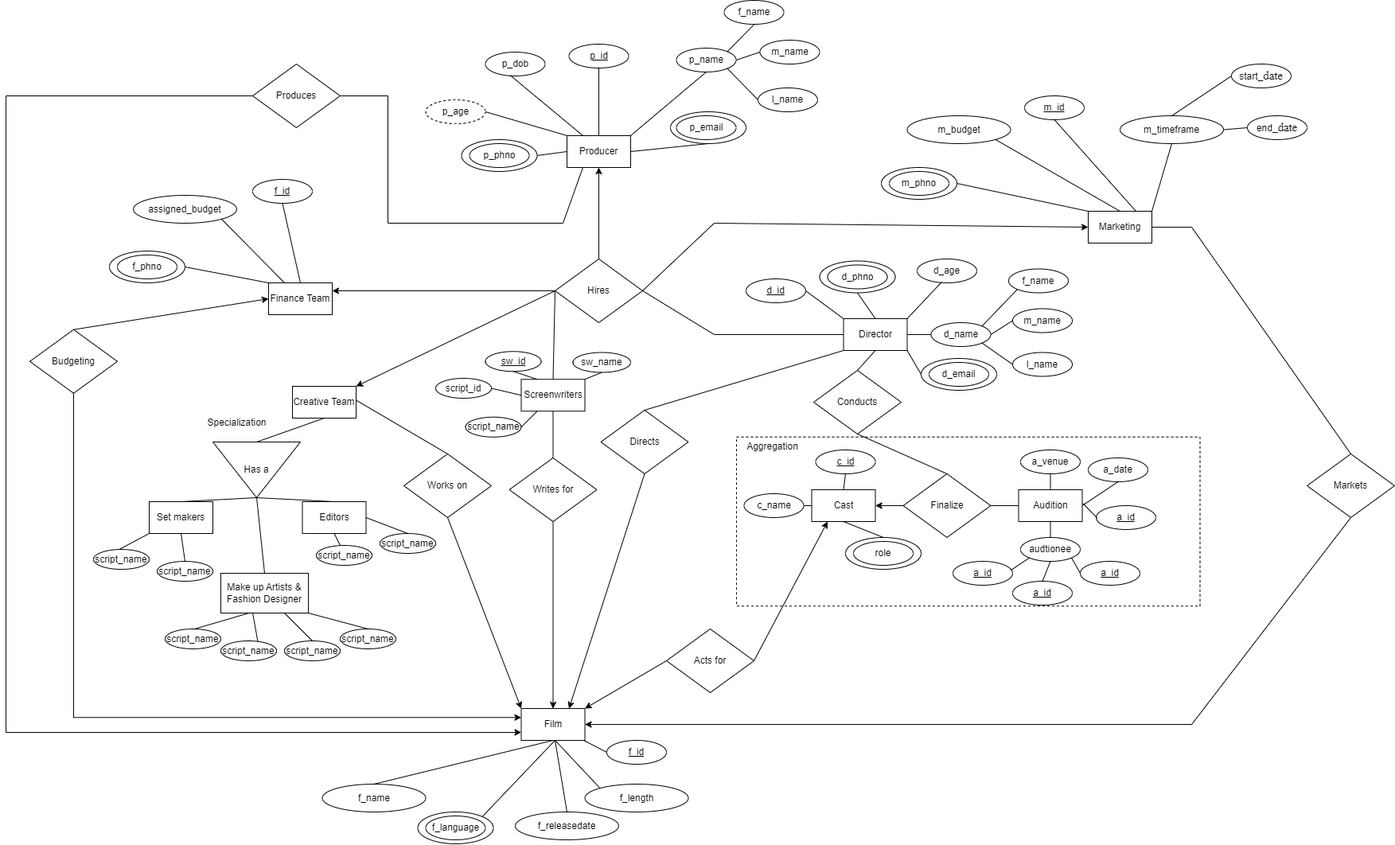
Earlier version of the draw.io export DBMS PRAC/LAB 1/FilmProdERD.png (angreatharva/SPIT-FYMCA). Source tidied: cells renumbered, new cells last; positions are measured from the earlier drawing's top-left corner, leaving out a move shared by most shapes.
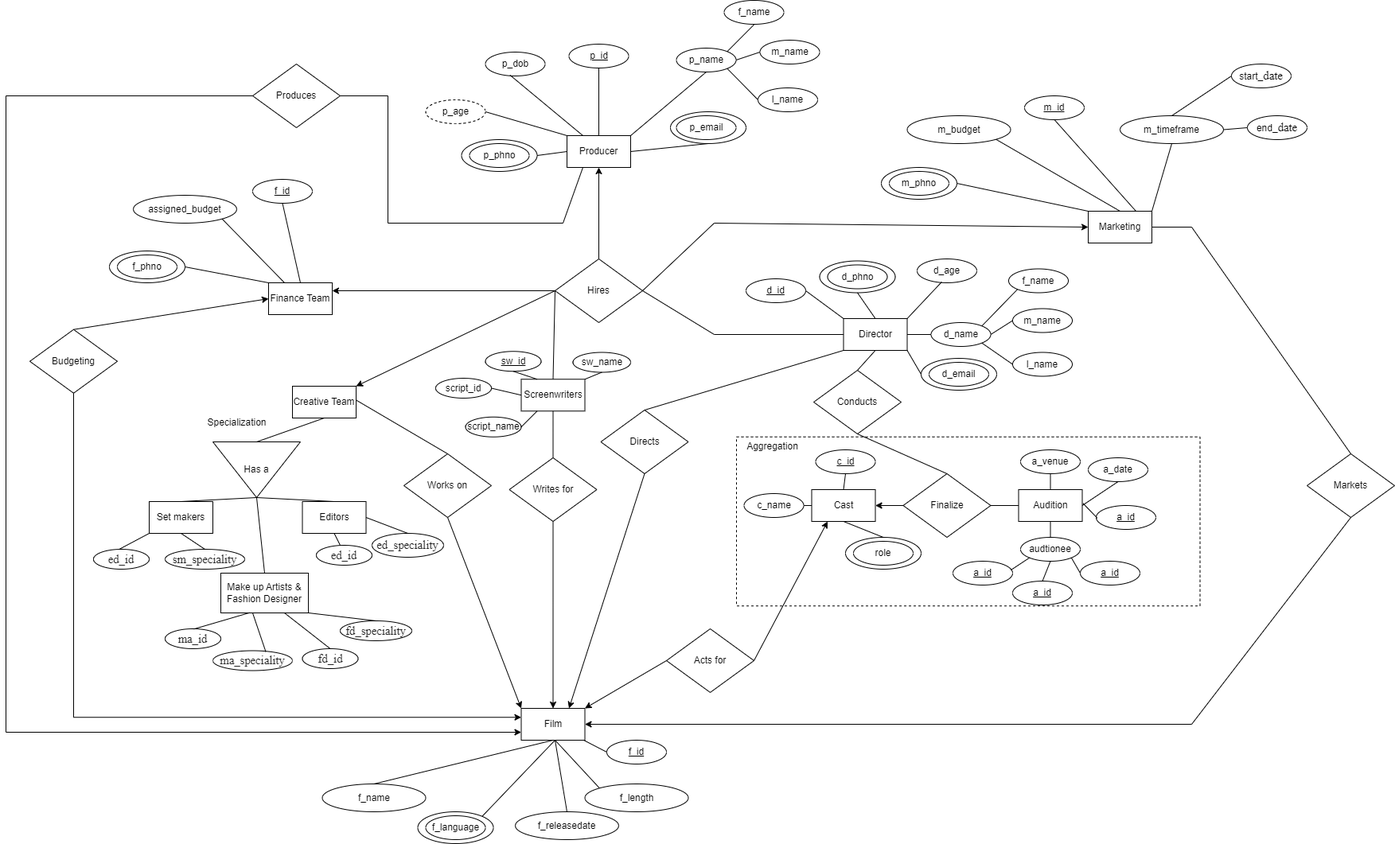
After the change.

The edit, as a diff of the source:
```diff
@@ -412,29 +412,29 @@
         </Array>
       </mxGeometry>
     </mxCell>
-    <mxCell id="132" value="script_name" style="ellipse;whiteSpace=wrap;html=1;" parent="1" vertex="1">
+    <mxCell id="132" value="&lt;span style=&quot;font-size:11.0pt;line-height:&lt;br/&gt;107%;font-family:&amp;quot;Times New Roman&amp;quot;,serif;mso-fareast-font-family:Calibri;&lt;br/&gt;mso-fareast-theme-font:minor-latin;color:#222222;mso-ansi-language:EN-IN;&lt;br/&gt;mso-fareast-language:EN-US;mso-bidi-language:AR-SA&quot; lang=&quot;EN-IN&quot;&gt;ed_id&lt;/span&gt;" style="ellipse;whiteSpace=wrap;html=1;" parent="1" vertex="1">
       <mxGeometry x="110" y="690" width="70" height="25" as="geometry" />
     </mxCell>
-    <mxCell id="133" value="script_name" style="ellipse;whiteSpace=wrap;html=1;" parent="1" vertex="1">
-      <mxGeometry x="190" y="705" width="70" height="25" as="geometry" />
+    <mxCell id="133" value="&lt;span style=&quot;font-size:11.0pt;line-height:&lt;br/&gt;107%;font-family:&amp;quot;Times New Roman&amp;quot;,serif;mso-fareast-font-family:Calibri;&lt;br/&gt;mso-fareast-theme-font:minor-latin;color:#222222;mso-ansi-language:EN-IN;&lt;br/&gt;mso-fareast-language:EN-US;mso-bidi-language:AR-SA&quot; lang=&quot;EN-IN&quot;&gt;sm_speciality&lt;/span&gt;" style="ellipse;whiteSpace=wrap;html=1;" parent="1" vertex="1">
+      <mxGeometry x="200" y="690" width="100" height="25" as="geometry" />
     </mxCell>
-    <mxCell id="134" value="script_name" style="ellipse;whiteSpace=wrap;html=1;" parent="1" vertex="1">
-      <mxGeometry x="350" y="805" width="70" height="25" as="geometry" />
+    <mxCell id="134" value="&lt;span style=&quot;font-size:11.0pt;line-height:&lt;br/&gt;107%;font-family:&amp;quot;Times New Roman&amp;quot;,serif;mso-fareast-font-family:Calibri;&lt;br/&gt;mso-fareast-theme-font:minor-latin;color:#222222;mso-ansi-language:EN-IN;&lt;br/&gt;mso-fareast-language:EN-US;mso-bidi-language:AR-SA&quot; lang=&quot;EN-IN&quot;&gt;fd_id&lt;/span&gt;" style="ellipse;whiteSpace=wrap;html=1;" parent="1" vertex="1">
+      <mxGeometry x="372.5" y="815" width="70" height="25" as="geometry" />
     </mxCell>
-    <mxCell id="135" value="script_name" style="ellipse;whiteSpace=wrap;html=1;" parent="1" vertex="1">
+    <mxCell id="135" value="&lt;span style=&quot;font-size:11.0pt;line-height:&lt;br/&gt;107%;font-family:&amp;quot;Times New Roman&amp;quot;,serif;mso-fareast-font-family:Calibri;&lt;br/&gt;mso-fareast-theme-font:minor-latin;color:#222222;mso-ansi-language:EN-IN;&lt;br/&gt;mso-fareast-language:EN-US;mso-bidi-language:AR-SA&quot; lang=&quot;EN-IN&quot;&gt;ma_id&lt;/span&gt;" style="ellipse;whiteSpace=wrap;html=1;" parent="1" vertex="1">
       <mxGeometry x="200" y="790" width="70" height="25" as="geometry" />
     </mxCell>
-    <mxCell id="136" value="script_name" style="ellipse;whiteSpace=wrap;html=1;" parent="1" vertex="1">
-      <mxGeometry x="270" y="805" width="70" height="25" as="geometry" />
+    <mxCell id="136" value="&lt;span style=&quot;font-size:11.0pt;line-height:&lt;br/&gt;107%;font-family:&amp;quot;Times New Roman&amp;quot;,serif;mso-fareast-font-family:Calibri;&lt;br/&gt;mso-fareast-theme-font:minor-latin;color:#222222;mso-ansi-language:EN-IN;&lt;br/&gt;mso-fareast-language:EN-US;mso-bidi-language:AR-SA&quot; lang=&quot;EN-IN&quot;&gt;ma_speciality&lt;/span&gt;" style="ellipse;whiteSpace=wrap;html=1;" parent="1" vertex="1">
+      <mxGeometry x="260" y="817.5" width="100" height="25" as="geometry" />
     </mxCell>
-    <mxCell id="137" value="script_name" style="ellipse;whiteSpace=wrap;html=1;" parent="1" vertex="1">
-      <mxGeometry x="420" y="790" width="70" height="25" as="geometry" />
+    <mxCell id="137" value="&lt;span style=&quot;font-size:11.0pt;line-height:&lt;br/&gt;107%;font-family:&amp;quot;Times New Roman&amp;quot;,serif;mso-fareast-font-family:Calibri;&lt;br/&gt;mso-fareast-theme-font:minor-latin;color:#222222;mso-ansi-language:EN-IN;&lt;br/&gt;mso-fareast-language:EN-US;mso-bidi-language:AR-SA&quot; lang=&quot;EN-IN&quot;&gt;fd_speciality&lt;/span&gt;" style="ellipse;whiteSpace=wrap;html=1;" parent="1" vertex="1">
+      <mxGeometry x="420" y="780" width="90" height="25" as="geometry" />
     </mxCell>
-    <mxCell id="138" value="script_name" style="ellipse;whiteSpace=wrap;html=1;" parent="1" vertex="1">
+    <mxCell id="138" value="&lt;span style=&quot;font-size:11.0pt;line-height:&lt;br/&gt;107%;font-family:&amp;quot;Times New Roman&amp;quot;,serif;mso-fareast-font-family:Calibri;&lt;br/&gt;mso-fareast-theme-font:minor-latin;color:#222222;mso-ansi-language:EN-IN;&lt;br/&gt;mso-fareast-language:EN-US;mso-bidi-language:AR-SA&quot; lang=&quot;EN-IN&quot;&gt;ed_id&lt;/span&gt;" style="ellipse;whiteSpace=wrap;html=1;" parent="1" vertex="1">
       <mxGeometry x="390" y="685" width="70" height="25" as="geometry" />
     </mxCell>
-    <mxCell id="139" value="script_name" style="ellipse;whiteSpace=wrap;html=1;" parent="1" vertex="1">
-      <mxGeometry x="470" y="670" width="70" height="25" as="geometry" />
+    <mxCell id="139" value="&lt;span style=&quot;font-size:11.0pt;line-height:&lt;br/&gt;107%;font-family:&amp;quot;Times New Roman&amp;quot;,serif;mso-fareast-font-family:Calibri;&lt;br/&gt;mso-fareast-theme-font:minor-latin;color:#222222;mso-ansi-language:EN-IN;&lt;br/&gt;mso-fareast-language:EN-US;mso-bidi-language:AR-SA&quot; lang=&quot;EN-IN&quot;&gt;ed_speciality&lt;/span&gt;" style="ellipse;whiteSpace=wrap;html=1;" parent="1" vertex="1">
+      <mxGeometry x="460" y="670" width="90" height="30" as="geometry" />
     </mxCell>
     <mxCell id="140" style="endArrow=none;html=1;rounded=0;entryX=1;entryY=0.5;entryDx=0;entryDy=0;exitX=0.5;exitY=0;exitDx=0;exitDy=0;" parent="1" edge="1" source="139" target="56">
       <mxGeometry relative="1" as="geometry" />
```
